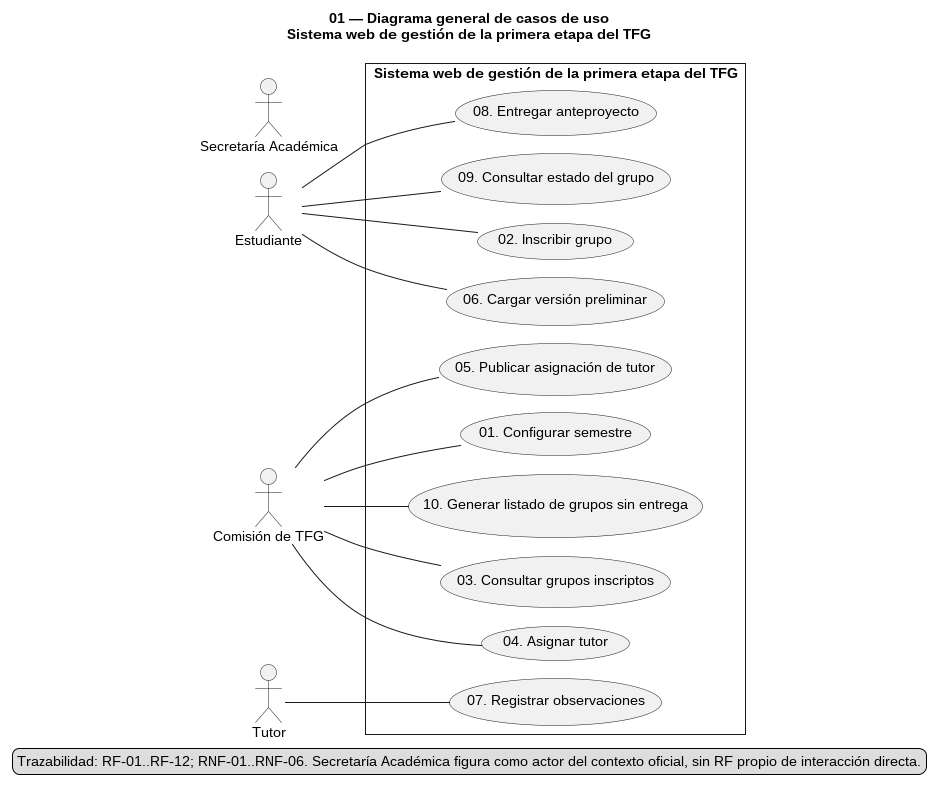
Earlier version of the PlantUML export out/tpf/diagramas/01-casos-de-uso-general/01-casos-de-uso-general.png (Ssrrb/tpf-uca). Source of this version:
```plantuml
@startuml
!pragma layout smetana
left to right direction
skinparam style strictuml
skinparam shadowing false
title 01 — Diagrama general de casos de uso\nSistema web de gestión de la primera etapa del TFG
actor "Estudiante" as Estudiante
actor "Comisión de TFG" as Comision
actor "Tutor" as Tutor
actor "Secretaría Académica" as Secretaria
rectangle "Sistema web de gestión de la primera etapa del TFG" {
  usecase "01. Configurar semestre" as UC01
  usecase "02. Inscribir grupo" as UC02
  usecase "03. Consultar grupos inscriptos" as UC03
  usecase "04. Asignar tutor" as UC04
  usecase "05. Publicar asignación de tutor" as UC05
  usecase "06. Cargar versión preliminar" as UC06
  usecase "07. Registrar observaciones" as UC07
  usecase "08. Entregar anteproyecto" as UC08
  usecase "09. Consultar estado del grupo" as UC09
  usecase "10. Generar listado de grupos sin entrega" as UC10
}
Estudiante -- UC02
Estudiante -- UC06
Estudiante -- UC08
Estudiante -- UC09
Comision -- UC01
Comision -- UC03
Comision -- UC04
Comision -- UC05
Comision -- UC10
Tutor -- UC07
legend bottom
Trazabilidad: RF-01..RF-12; RNF-01..RNF-06. Secretaría Académica figura como actor del contexto oficial, sin RF propio de interacción directa.
endlegend
@enduml
```
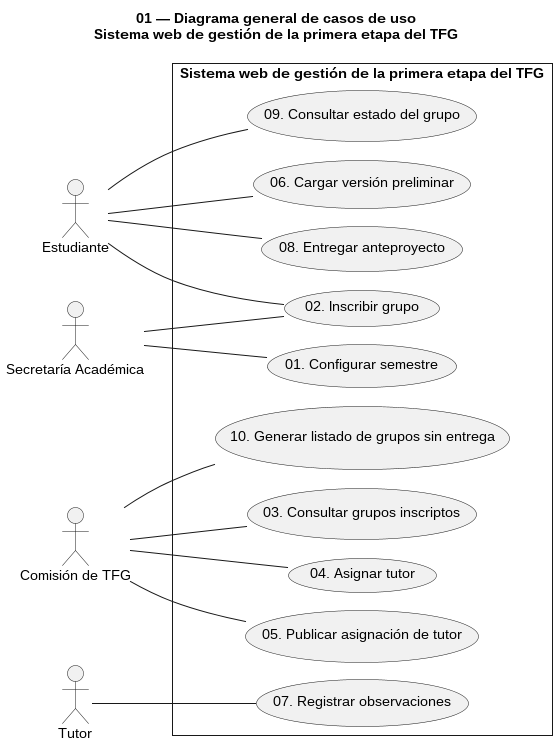
Above is the later version.

Change to the diagram source:
```diff
@@ -3,34 +3,39 @@
 left to right direction
 skinparam style strictuml
 skinparam shadowing false
+
 title 01 — Diagrama general de casos de uso\nSistema web de gestión de la primera etapa del TFG
+
 actor "Estudiante" as Estudiante
 actor "Comisión de TFG" as Comision
 actor "Tutor" as Tutor
 actor "Secretaría Académica" as Secretaria
+
 rectangle "Sistema web de gestión de la primera etapa del TFG" {
-  usecase "01. Configurar semestre" as UC01
-  usecase "02. Inscribir grupo" as UC02
-  usecase "03. Consultar grupos inscriptos" as UC03
-  usecase "04. Asignar tutor" as UC04
-  usecase "05. Publicar asignación de tutor" as UC05
-  usecase "06. Cargar versión preliminar" as UC06
-  usecase "07. Registrar observaciones" as UC07
-  usecase "08. Entregar anteproyecto" as UC08
-  usecase "09. Consultar estado del grupo" as UC09
-  usecase "10. Generar listado de grupos sin entrega" as UC10
+usecase "01. Configurar semestre" as UC01
+usecase "02. Inscribir grupo" as UC02
+usecase "03. Consultar grupos inscriptos" as UC03
+usecase "04. Asignar tutor" as UC04
+usecase "05. Publicar asignación de tutor" as UC05
+usecase "06. Cargar versión preliminar" as UC06
+usecase "07. Registrar observaciones" as UC07
+usecase "08. Entregar anteproyecto" as UC08
+usecase "09. Consultar estado del grupo" as UC09
+usecase "10. Generar listado de grupos sin entrega" as UC10
 }
+
 Estudiante -- UC02
 Estudiante -- UC06
 Estudiante -- UC08
 Estudiante -- UC09
-Comision -- UC01
+
+Secretaria -- UC01
+Secretaria -- UC02
+
 Comision -- UC03
 Comision -- UC04
 Comision -- UC05
 Comision -- UC10
+
 Tutor -- UC07
-legend bottom
-Trazabilidad: RF-01..RF-12; RNF-01..RNF-06. Secretaría Académica figura como actor del contexto oficial, sin RF propio de interacción directa.
-endlegend
 @enduml
```
